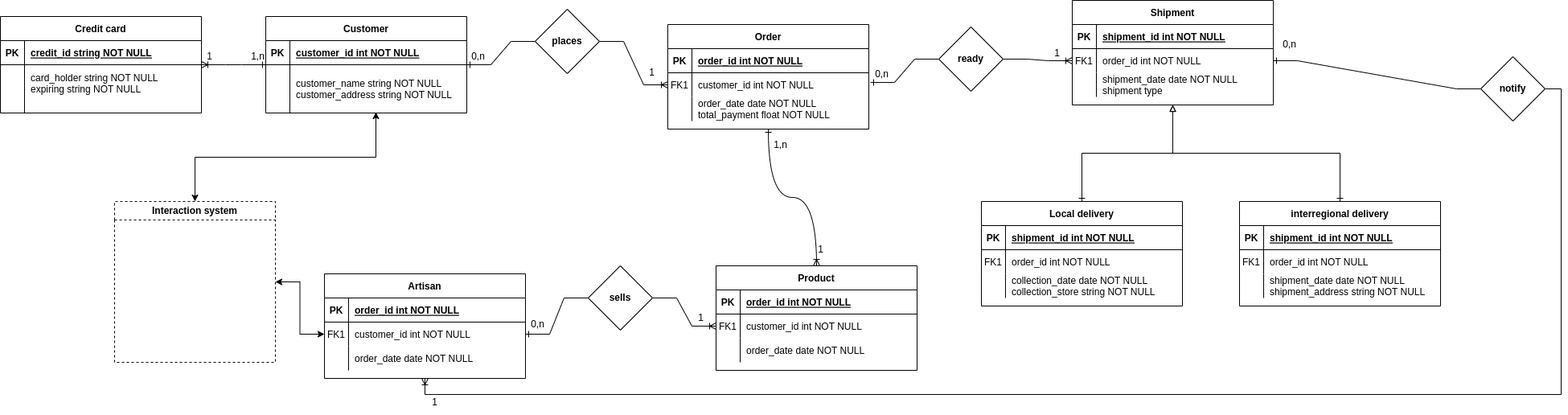
The draw.io diagram ArtisansConsumers.drawio.png in josura/HCI, before a commit. Source tidied: cells renumbered, new cells last; positions are measured from the earlier drawing's top-left corner, leaving out a move shared by most shapes.
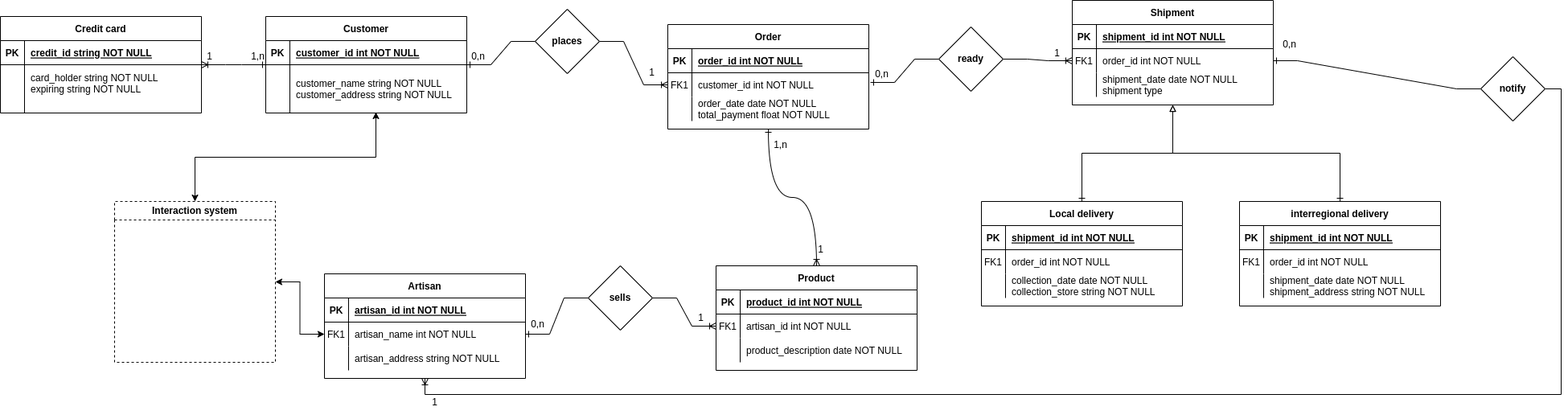
The same diagram one commit later.

The edit, as a diff of the source:
```diff
@@ -223,7 +223,7 @@
     <mxCell id="74" value="PK" style="shape=partialRectangle;overflow=hidden;fillColor=none;top=0;left=0;bottom=0;right=0;fontStyle=1;" parent="73" vertex="1">
       <mxGeometry width="30" height="30" as="geometry" />
     </mxCell>
-    <mxCell id="75" value="order_id int NOT NULL " style="shape=partialRectangle;overflow=hidden;fillColor=none;top=0;left=0;bottom=0;right=0;align=left;spacingLeft=6;fontStyle=5;" parent="73" vertex="1">
+    <mxCell id="75" value="product_id int NOT NULL " style="shape=partialRectangle;overflow=hidden;fillColor=none;top=0;left=0;bottom=0;right=0;align=left;spacingLeft=6;fontStyle=5;" parent="73" vertex="1">
       <mxGeometry x="30" width="220" height="30" as="geometry" />
     </mxCell>
     <mxCell id="76" style="shape=partialRectangle;fillColor=none;points=[[0,0.5],[1,0.5]];portConstraint=eastwest;top=0;left=0;right=0;bottom=0;" parent="72" vertex="1">
@@ -232,7 +232,7 @@
     <mxCell id="77" value="FK1" style="shape=partialRectangle;overflow=hidden;fillColor=none;top=0;left=0;bottom=0;right=0;" parent="76" vertex="1">
       <mxGeometry width="30" height="30" as="geometry" />
     </mxCell>
-    <mxCell id="78" value="customer_id int NOT NULL" style="shape=partialRectangle;overflow=hidden;fillColor=none;top=0;left=0;bottom=0;right=0;align=left;spacingLeft=6;" parent="76" vertex="1">
+    <mxCell id="78" value="artisan_id int NOT NULL" style="shape=partialRectangle;overflow=hidden;fillColor=none;top=0;left=0;bottom=0;right=0;align=left;spacingLeft=6;" parent="76" vertex="1">
       <mxGeometry x="30" width="220" height="30" as="geometry" />
     </mxCell>
     <mxCell id="79" style="shape=partialRectangle;fillColor=none;top=0;left=0;right=0;bottom=0;" parent="72" vertex="1">
@@ -241,7 +241,7 @@
     <mxCell id="80" style="shape=partialRectangle;overflow=hidden;fillColor=none;top=0;left=0;bottom=0;right=0;" parent="79" vertex="1">
       <mxGeometry width="30" height="30" as="geometry" />
     </mxCell>
-    <mxCell id="81" value="order_date date NOT NULL" style="shape=partialRectangle;overflow=hidden;fillColor=none;top=0;left=0;bottom=0;right=0;align=left;spacingLeft=6;" parent="79" vertex="1">
+    <mxCell id="81" value="product_description date NOT NULL" style="shape=partialRectangle;overflow=hidden;fillColor=none;top=0;left=0;bottom=0;right=0;align=left;spacingLeft=6;" parent="79" vertex="1">
       <mxGeometry x="30" width="220" height="30" as="geometry" />
     </mxCell>
     <mxCell id="82" value="Artisan" style="shape=table;startSize=30;rowLines=0;fontStyle=1;align=center;" parent="1" vertex="1">
@@ -253,7 +253,7 @@
     <mxCell id="84" value="PK" style="shape=partialRectangle;overflow=hidden;fillColor=none;top=0;left=0;bottom=0;right=0;fontStyle=1;" parent="83" vertex="1">
       <mxGeometry width="30" height="30" as="geometry" />
     </mxCell>
-    <mxCell id="85" value="order_id int NOT NULL " style="shape=partialRectangle;overflow=hidden;fillColor=none;top=0;left=0;bottom=0;right=0;align=left;spacingLeft=6;fontStyle=5;" parent="83" vertex="1">
+    <mxCell id="85" value="artisan_id int NOT NULL " style="shape=partialRectangle;overflow=hidden;fillColor=none;top=0;left=0;bottom=0;right=0;align=left;spacingLeft=6;fontStyle=5;" parent="83" vertex="1">
       <mxGeometry x="30" width="220" height="30" as="geometry" />
     </mxCell>
     <mxCell id="86" style="shape=partialRectangle;fillColor=none;points=[[0,0.5],[1,0.5]];portConstraint=eastwest;top=0;left=0;right=0;bottom=0;" parent="82" vertex="1">
@@ -262,7 +262,7 @@
     <mxCell id="87" value="FK1" style="shape=partialRectangle;overflow=hidden;fillColor=none;top=0;left=0;bottom=0;right=0;" parent="86" vertex="1">
       <mxGeometry width="30" height="30" as="geometry" />
     </mxCell>
-    <mxCell id="88" value="customer_id int NOT NULL" style="shape=partialRectangle;overflow=hidden;fillColor=none;top=0;left=0;bottom=0;right=0;align=left;spacingLeft=6;" parent="86" vertex="1">
+    <mxCell id="88" value="artisan_name int NOT NULL" style="shape=partialRectangle;overflow=hidden;fillColor=none;top=0;left=0;bottom=0;right=0;align=left;spacingLeft=6;" parent="86" vertex="1">
       <mxGeometry x="30" width="220" height="30" as="geometry" />
     </mxCell>
     <mxCell id="89" style="shape=partialRectangle;fillColor=none;top=0;left=0;right=0;bottom=0;" parent="82" vertex="1">
@@ -271,7 +271,7 @@
     <mxCell id="90" style="shape=partialRectangle;overflow=hidden;fillColor=none;top=0;left=0;bottom=0;right=0;" parent="89" vertex="1">
       <mxGeometry width="30" height="30" as="geometry" />
     </mxCell>
-    <mxCell id="91" value="order_date date NOT NULL" style="shape=partialRectangle;overflow=hidden;fillColor=none;top=0;left=0;bottom=0;right=0;align=left;spacingLeft=6;" parent="89" vertex="1">
+    <mxCell id="91" value="artisan_address string NOT NULL" style="shape=partialRectangle;overflow=hidden;fillColor=none;top=0;left=0;bottom=0;right=0;align=left;spacingLeft=6;" parent="89" vertex="1">
       <mxGeometry x="30" width="220" height="30" as="geometry" />
     </mxCell>
     <mxCell id="92" style="edgeStyle=orthogonalEdgeStyle;rounded=0;jettySize=auto;html=1;exitX=0.5;exitY=0;exitDx=0;exitDy=0;entryX=0.548;entryY=0.983;entryDx=0;entryDy=0;entryPerimeter=0;startArrow=classic;startFill=1;endArrow=classic;endFill=1;" parent="1" edge="1" source="93" target="29">
```
